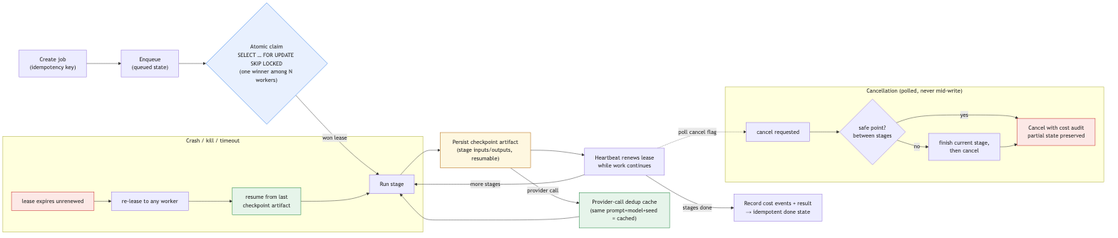
This is docs/assets/durable-jobs.png from waalwalker1/knovaryn, a Mermaid export, as it was before one commit. Its source is kept beside it as docs/assets/diagrams/durable-jobs.mmd.
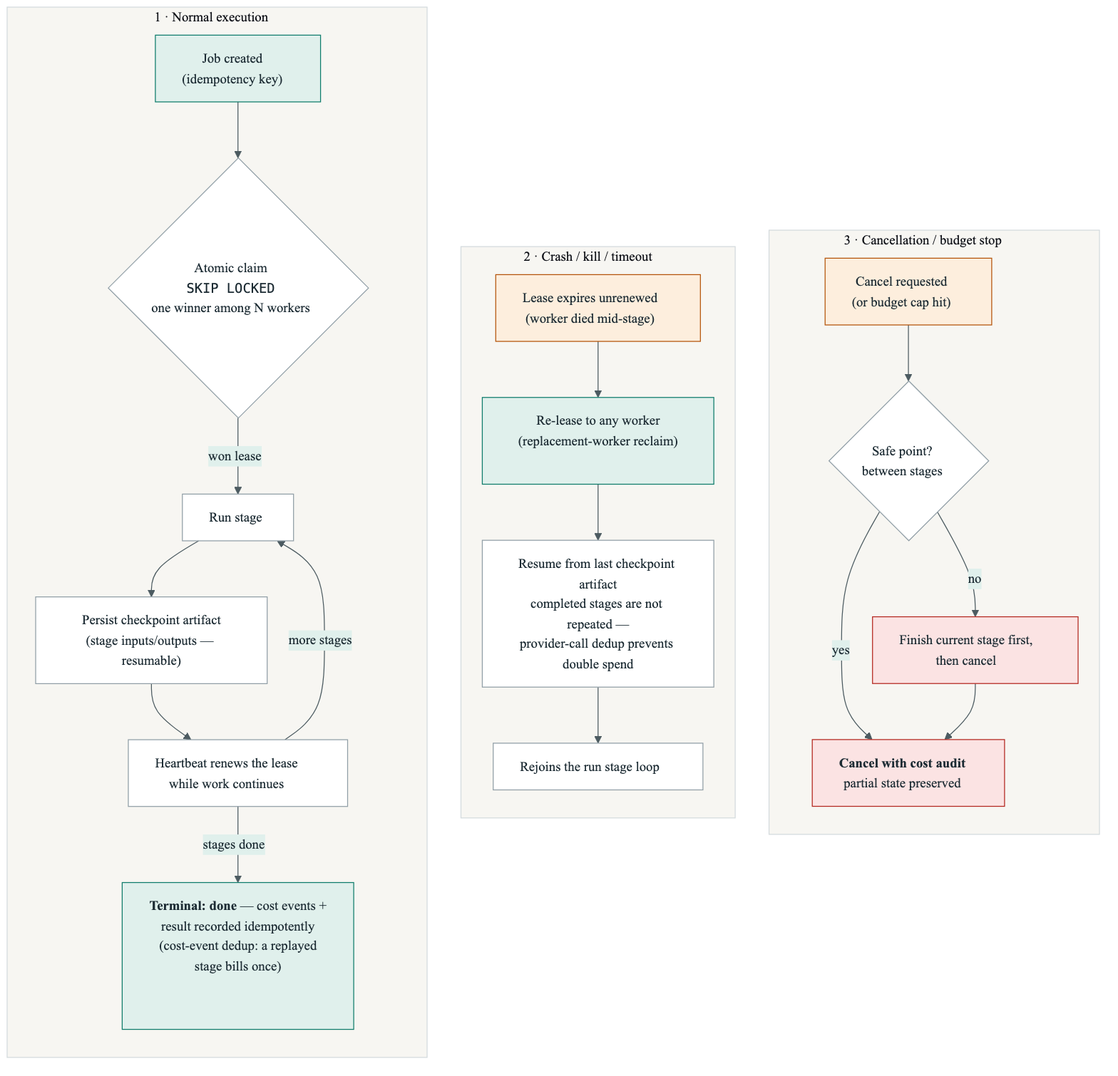
Above is the later version.

Change to the diagram source:
```diff
@@ -1,34 +1,51 @@
+%%{init: {"theme": "base", "themeVariables": {"primaryColor": "#ffffff", "primaryBorderColor": "#909ea6", "primaryTextColor": "#1c2b33", "lineColor": "#4c5b61", "secondaryColor": "#e0f0ec", "tertiaryColor": "#f1efe8", "clusterBkg": "#f7f6f2", "clusterBorder": "#d3dadd", "fontFamily": "-apple-system, BlinkMacSystemFont, Segoe UI, sans-serif", "fontSize": "15px"}, "flowchart": {"nodeSpacing": 28, "rankSpacing": 38}}}%%
 flowchart LR
-    A["Create job<br/>(idempotency key)"] --> B["Enqueue<br/>(queued state)"]
-    B --> C{"Atomic claim<br/>SELECT … FOR UPDATE SKIP LOCKED<br/>(one winner among N workers)"}
-
-    C -->|"won lease"| D["Run stage"]
-    D --> E["Persist checkpoint artifact<br/>(stage inputs/outputs, resumable)"]
-    E --> F["Heartbeat renews lease<br/>while work continues"]
-
-    F -->|"more stages"| D
-    F -->|"stages done"| G["Record cost events + result<br/>→ idempotent done state"]
-
-    E -->|"provider call"| H["Provider-call dedup cache<br/>(same prompt+model+seed = cached)"]
-    H --> D
-
-    subgraph CANCEL["Cancellation (polled, never mid-write)"]
-        X1["cancel requested"] --> X2{"safe point?<br/>between stages"}
-        X2 -- "yes" --> X3["Cancel with cost audit<br/>partial state preserved"]
-        X2 -- "no" --> X4["finish current stage,<br/>then cancel"]
-        X4 --> X3
-    end
-    F -.->|"poll cancel flag"| X1
-
-    subgraph CRASH["Crash / kill / timeout"]
-        K1["lease expires unrenewed"] --> K2["re-lease to any worker"]
-        K2 --> K3["resume from last<br/>checkpoint artifact"]
-        K3 --> D
+    subgraph NORMAL["1 · Normal execution"]
+        direction TB
+        N0["Job created<br/>(idempotency key)"]
+        N1{"Atomic claim<br/><code>SKIP LOCKED</code><br/>one winner among N workers"}
+        N2["Run stage"]
+        N3["Persist checkpoint artifact<br/>(stage inputs/outputs — resumable)"]
+        N4["Heartbeat renews the lease<br/>while work continues"]
+        N5["<b>Terminal: done</b> — cost events +<br/>result recorded idempotently<br/>(cost-event dedup: a replayed<br/>stage bills once)"]
+        N0 --> N1
+        N1 -- "won lease" --> N2
+        N2 --> N3 --> N4
+        N4 -- "more stages" --> N2
+        N4 -- "stages done" --> N5
     end
 
-    style C fill:#e8f0fe,stroke:#1a73e8
-    style E fill:#fef7e0,stroke:#b06000
-    style K1 fill:#fce8e6,stroke:#c5221f
-    style K3 fill:#e6f4ea,stroke:#188038
-    style X3 fill:#fce8e6,stroke:#c5221f
-    style H fill:#e6f4ea,stroke:#188038
+    subgraph CRASH["2 · Crash / kill / timeout"]
+        direction TB
+        K1["Lease expires unrenewed<br/>(worker died mid-stage)"]
+        K2["Re-lease to any worker<br/>(replacement-worker reclaim)"]
+        K3["Resume from last checkpoint artifact<br/>completed stages are not repeated —<br/>provider-call dedup prevents double spend"]
+        K3 --> N2B["Rejoins the run stage loop"]
+        K1 --> K2 --> K3
+    end
+
+    subgraph CANCEL["3 · Cancellation / budget stop"]
+        direction TB
+        X1["Cancel requested<br/>(or budget cap hit)"]
+        X2{"Safe point?<br/>between stages"}
+        X3["<b>Cancel with cost audit</b><br/>partial state preserved"]
+        X4["Finish current stage first,<br/>then cancel"]
+        X1 --> X2
+        X2 -- "yes" --> X3
+        X2 -- "no" --> X4 --> X3
+    end
+
+    NORMAL ~~~ CRASH ~~~ CANCEL
+
+    classDef start fill:#e0f0ec,stroke:#0e7c6b,color:#1c2b33
+    classDef core fill:#ffffff,stroke:#909ea6,color:#1c2b33
+    classDef plain fill:#ffffff,stroke:#909ea6,color:#1c2b33
+    classDef done fill:#e0f0ec,stroke:#0e7c6b,color:#1c2b33
+    classDef crash fill:#fdeedd,stroke:#b45309,color:#1c2b33
+    classDef canc fill:#fbe3e3,stroke:#b3261e,color:#1c2b33
+    class N0 start
+    class N2,N3,N4,K3,N2B core
+    class N1,X2 plain
+    class N5,K2 done
+    class K1,X1 crash
+    class X3,X4 canc
```
